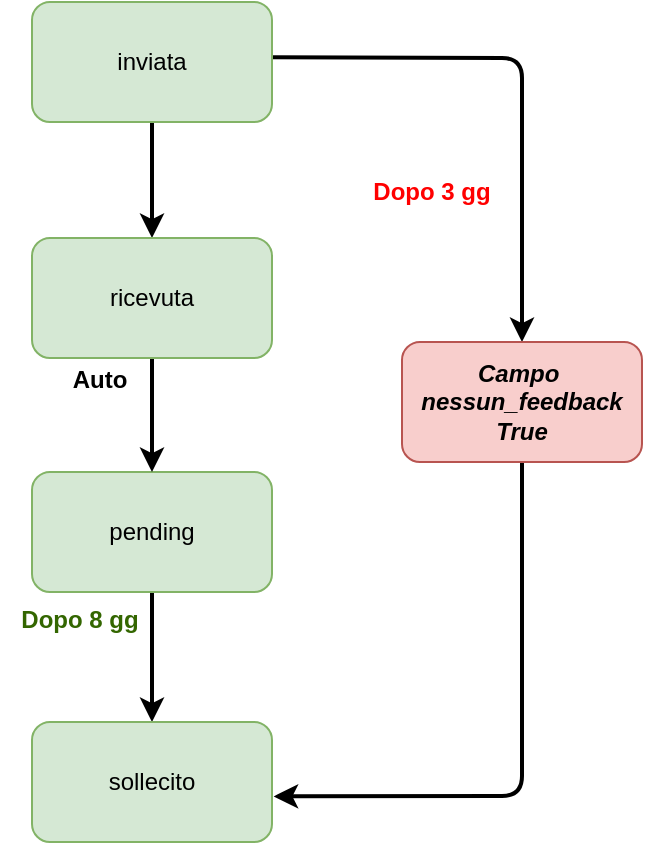
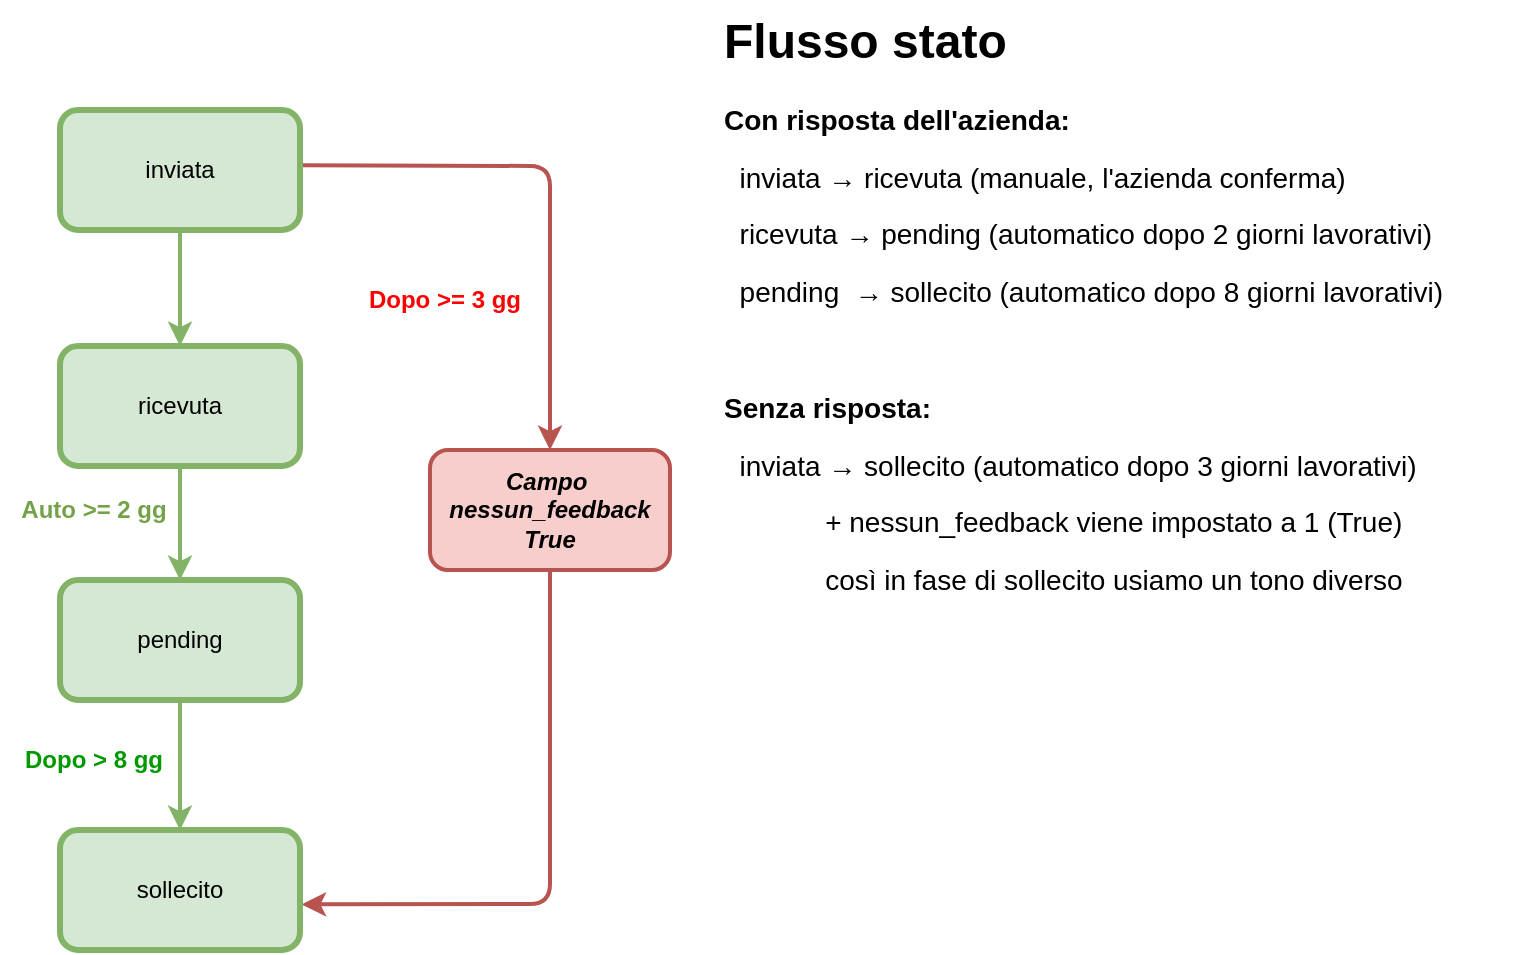
<mxfile host="65bd71144e">
    <diagram id="EIDfZSEo8bMUYzY8iJF5" name="Page-1">
-         <mxGraphModel dx="1002" dy="563" grid="1" gridSize="10" guides="1" tooltips="1" connect="1" arrows="1" fold="1" page="1" pageScale="1" pageWidth="850" pageHeight="1100" math="0" shadow="0">
+         <mxGraphModel dx="1670" dy="563" grid="1" gridSize="10" guides="1" tooltips="1" connect="1" arrows="1" fold="1" page="1" pageScale="1" pageWidth="850" pageHeight="1100" math="0" shadow="0">
            <root>
                <mxCell id="0"/>
                <mxCell id="1" parent="0"/>
-                 <mxCell id="21" value="" style="edgeStyle=none;html=1;strokeWidth=2;" edge="1" parent="1" source="2" target="3">
+                 <mxCell id="21" value="" style="edgeStyle=none;html=1;strokeWidth=2;fillColor=#d5e8d4;strokeColor=#82b366;" parent="1" source="2" target="3" edge="1">
                    <mxGeometry relative="1" as="geometry"/>
                </mxCell>
-                 <mxCell id="25" value="" style="edgeStyle=none;html=1;entryX=0.5;entryY=0;entryDx=0;entryDy=0;strokeWidth=2;" edge="1" parent="1" target="4">
+                 <mxCell id="25" value="" style="edgeStyle=none;html=1;entryX=0.5;entryY=0;entryDx=0;entryDy=0;strokeWidth=2;fillColor=#f8cecc;strokeColor=#b85450;" parent="1" target="4" edge="1">
                    <mxGeometry relative="1" as="geometry">
-                         <mxPoint x="390" y="77.6" as="sourcePoint"/>
-                         <mxPoint x="505.6400000000001" y="169.99999999999997" as="targetPoint"/>
+                         <mxPoint x="-680" y="97.6" as="sourcePoint"/>
+                         <mxPoint x="-564.3599999999999" y="189.99999999999997" as="targetPoint"/>
                        <Array as="points">
-                             <mxPoint x="515" y="78"/>
+                             <mxPoint x="-555" y="98"/>
                        </Array>
                    </mxGeometry>
                </mxCell>
-                 <mxCell id="2" value="inviata" style="rounded=1;whiteSpace=wrap;html=1;fillColor=#d5e8d4;strokeColor=#82b366;" vertex="1" parent="1">
-                     <mxGeometry x="270" y="50" width="120" height="60" as="geometry"/>
+                 <mxCell id="2" value="inviata" style="rounded=1;whiteSpace=wrap;html=1;fillColor=#d5e8d4;strokeColor=#82b366;strokeWidth=3;" parent="1" vertex="1">
+                     <mxGeometry x="-800" y="70" width="120" height="60" as="geometry"/>
                </mxCell>
-                 <mxCell id="23" style="edgeStyle=none;html=1;entryX=1.007;entryY=0.62;entryDx=0;entryDy=0;exitX=0.5;exitY=1;exitDx=0;exitDy=0;strokeWidth=2;entryPerimeter=0;" edge="1" parent="1" source="4" target="6">
+                 <mxCell id="23" style="edgeStyle=none;html=1;entryX=1.007;entryY=0.62;entryDx=0;entryDy=0;exitX=0.5;exitY=1;exitDx=0;exitDy=0;strokeWidth=2;entryPerimeter=0;fillColor=#f8cecc;strokeColor=#b85450;" parent="1" source="4" target="6" edge="1">
                    <mxGeometry relative="1" as="geometry">
                        <Array as="points">
-                             <mxPoint x="515" y="310"/>
-                             <mxPoint x="515" y="447"/>
+                             <mxPoint x="-555" y="330"/>
+                             <mxPoint x="-555" y="467"/>
                        </Array>
                    </mxGeometry>
                </mxCell>
-                 <mxCell id="4" value="&lt;i&gt;&lt;b&gt;Campo&amp;nbsp;&lt;/b&gt;&lt;/i&gt;&lt;div&gt;&lt;i&gt;&lt;b&gt;nessun_feedback&lt;/b&gt;&lt;/i&gt;&lt;/div&gt;&lt;div&gt;&lt;b&gt;&lt;i&gt;True&lt;/i&gt;&lt;/b&gt;&lt;/div&gt;" style="rounded=1;whiteSpace=wrap;html=1;fillColor=#f8cecc;strokeColor=#b85450;" vertex="1" parent="1">
-                     <mxGeometry x="455" y="220" width="120" height="60" as="geometry"/>
+                 <mxCell id="4" value="&lt;i&gt;&lt;b&gt;Campo&amp;nbsp;&lt;/b&gt;&lt;/i&gt;&lt;div&gt;&lt;i&gt;&lt;b&gt;nessun_feedback&lt;/b&gt;&lt;/i&gt;&lt;/div&gt;&lt;div&gt;&lt;b&gt;&lt;i&gt;True&lt;/i&gt;&lt;/b&gt;&lt;/div&gt;" style="rounded=1;whiteSpace=wrap;html=1;fillColor=#f8cecc;strokeColor=#b85450;strokeWidth=2;" parent="1" vertex="1">
+                     <mxGeometry x="-615" y="240" width="120" height="60" as="geometry"/>
                </mxCell>
-                 <mxCell id="14" style="edgeStyle=none;html=1;entryX=0.5;entryY=0;entryDx=0;entryDy=0;strokeWidth=2;" edge="1" parent="1" source="5" target="6">
+                 <mxCell id="14" style="edgeStyle=none;html=1;entryX=0.5;entryY=0;entryDx=0;entryDy=0;strokeWidth=2;fillColor=#d5e8d4;strokeColor=#82b366;" parent="1" source="5" target="6" edge="1">
                    <mxGeometry relative="1" as="geometry"/>
                </mxCell>
-                 <mxCell id="5" value="pending" style="rounded=1;whiteSpace=wrap;html=1;fillColor=#d5e8d4;strokeColor=#82b366;" vertex="1" parent="1">
-                     <mxGeometry x="270" y="285" width="120" height="60" as="geometry"/>
+                 <mxCell id="5" value="pending" style="rounded=1;whiteSpace=wrap;html=1;fillColor=#d5e8d4;strokeColor=#82b366;strokeWidth=3;" parent="1" vertex="1">
+                     <mxGeometry x="-800" y="305" width="120" height="60" as="geometry"/>
                </mxCell>
-                 <mxCell id="6" value="sollecito" style="rounded=1;whiteSpace=wrap;html=1;fillColor=#d5e8d4;strokeColor=#82b366;" vertex="1" parent="1">
-                     <mxGeometry x="270" y="410" width="120" height="60" as="geometry"/>
+                 <mxCell id="6" value="sollecito" style="rounded=1;whiteSpace=wrap;html=1;fillColor=#d5e8d4;strokeColor=#82b366;strokeWidth=3;" parent="1" vertex="1">
+                     <mxGeometry x="-800" y="430" width="120" height="60" as="geometry"/>
                </mxCell>
-                 <mxCell id="19" value="&lt;b&gt;&lt;font style=&quot;color: rgb(255, 0, 0);&quot;&gt;Dopo 3 gg&lt;/font&gt;&lt;/b&gt;" style="text;html=1;align=center;verticalAlign=middle;whiteSpace=wrap;rounded=0;" vertex="1" parent="1">
-                     <mxGeometry x="425" y="130" width="90" height="30" as="geometry"/>
+                 <mxCell id="19" value="&lt;b&gt;&lt;font style=&quot;color: rgb(255, 0, 0);&quot;&gt;Dopo &amp;gt;= 3 gg&lt;/font&gt;&lt;/b&gt;" style="text;html=1;align=center;verticalAlign=middle;whiteSpace=wrap;rounded=0;" parent="1" vertex="1">
+                     <mxGeometry x="-660" y="150" width="105" height="30" as="geometry"/>
                </mxCell>
-                 <mxCell id="26" style="edgeStyle=none;html=1;exitX=0.5;exitY=1;exitDx=0;exitDy=0;strokeWidth=2;entryX=0.5;entryY=0;entryDx=0;entryDy=0;" edge="1" parent="1" source="3" target="5">
+                 <mxCell id="26" style="edgeStyle=none;html=1;exitX=0.5;exitY=1;exitDx=0;exitDy=0;strokeWidth=2;entryX=0.5;entryY=0;entryDx=0;entryDy=0;fillColor=#d5e8d4;strokeColor=#82b366;" parent="1" source="3" target="5" edge="1">
                    <mxGeometry relative="1" as="geometry">
-                         <mxPoint x="330" y="320" as="targetPoint"/>
+                         <mxPoint x="-740" y="340" as="targetPoint"/>
                        <Array as="points"/>
                    </mxGeometry>
                </mxCell>
-                 <mxCell id="3" value="ricevuta" style="rounded=1;whiteSpace=wrap;html=1;fillColor=#d5e8d4;strokeColor=#82b366;" vertex="1" parent="1">
-                     <mxGeometry x="270" y="168" width="120" height="60" as="geometry"/>
+                 <mxCell id="3" value="ricevuta" style="rounded=1;whiteSpace=wrap;html=1;fillColor=#d5e8d4;strokeColor=#82b366;strokeWidth=3;" parent="1" vertex="1">
+                     <mxGeometry x="-800" y="188" width="120" height="60" as="geometry"/>
                </mxCell>
-                 <mxCell id="31" value="&lt;font style=&quot;color: rgb(51, 102, 0);&quot;&gt;&lt;b style=&quot;&quot;&gt;Dopo 8 gg&lt;/b&gt;&lt;/font&gt;" style="text;html=1;align=center;verticalAlign=middle;whiteSpace=wrap;rounded=0;" vertex="1" parent="1">
-                     <mxGeometry x="254" y="344" width="80" height="30" as="geometry"/>
+                 <mxCell id="31" value="&lt;font style=&quot;color: rgb(0, 153, 0);&quot;&gt;&lt;b&gt;Dopo &amp;gt; 8 gg&lt;/b&gt;&lt;/font&gt;" style="text;html=1;align=center;verticalAlign=middle;whiteSpace=wrap;rounded=0;fontColor=#009900;" parent="1" vertex="1">
+                     <mxGeometry x="-823" y="380" width="80" height="30" as="geometry"/>
                </mxCell>
-                 <mxCell id="37" value="&lt;b&gt;Auto&lt;/b&gt;" style="text;html=1;align=center;verticalAlign=middle;whiteSpace=wrap;rounded=0;" vertex="1" parent="1">
-                     <mxGeometry x="274" y="224" width="60" height="30" as="geometry"/>
+                 <mxCell id="37" value="&lt;b&gt;Auto &amp;gt;= 2 gg&lt;/b&gt;" style="text;html=1;align=center;verticalAlign=middle;whiteSpace=wrap;rounded=0;fontStyle=0;fontColor=light-dark(#75a249, #88b45c);labelBackgroundColor=none;labelBorderColor=none;horizontal=1;" parent="1" vertex="1">
+                     <mxGeometry x="-830" y="252" width="94" height="36" as="geometry"/>
+                 </mxCell>
+                 <mxCell id="38" value="&lt;h1 style=&quot;margin-top: 0px;&quot;&gt;Flusso stato&lt;/h1&gt;&lt;p&gt;&lt;font style=&quot;font-size: 14px;&quot;&gt;&lt;b&gt;Con risposta dell&#39;azienda:&lt;/b&gt;&lt;/font&gt;&lt;/p&gt;&lt;p&gt;&lt;font style=&quot;font-size: 14px;&quot;&gt;&amp;nbsp; inviata → ricevuta (manuale, l&#39;azienda conferma)&lt;/font&gt;&lt;/p&gt;&lt;p&gt;&lt;font style=&quot;font-size: 14px;&quot;&gt;&amp;nbsp; ricevuta → pending (automatico dopo 2 giorni lavorativi)&lt;/font&gt;&lt;/p&gt;&lt;p&gt;&lt;font style=&quot;font-size: 14px;&quot;&gt;&amp;nbsp; pending&amp;nbsp; → sollecito (automatico dopo 8 giorni lavorativi)&lt;/font&gt;&lt;/p&gt;&lt;p&gt;&lt;font style=&quot;font-size: 14px;&quot;&gt;&lt;br&gt;&lt;/font&gt;&lt;/p&gt;&lt;p&gt;&lt;font style=&quot;font-size: 14px;&quot;&gt;&lt;b&gt;Senza risposta:&lt;/b&gt;&lt;/font&gt;&lt;/p&gt;&lt;p&gt;&lt;font style=&quot;font-size: 14px;&quot;&gt;&amp;nbsp; inviata → sollecito (automatico dopo 3 giorni lavorativi)&lt;/font&gt;&lt;/p&gt;&lt;p&gt;&lt;font style=&quot;font-size: 14px;&quot;&gt;&amp;nbsp; &amp;nbsp; &amp;nbsp; &amp;nbsp; &amp;nbsp; &amp;nbsp; &amp;nbsp;+ nessun_feedback viene impostato a 1 (True)&lt;/font&gt;&lt;/p&gt;&lt;p&gt;&lt;font style=&quot;font-size: 14px;&quot;&gt;&amp;nbsp; &amp;nbsp; &amp;nbsp; &amp;nbsp; &amp;nbsp; &amp;nbsp; &amp;nbsp;così in fase di sollecito usiamo un tono diverso&lt;/font&gt;&lt;/p&gt;&lt;p&gt;&lt;font style=&quot;font-size: 14px;&quot;&gt;&amp;nbsp; &amp;nbsp; &amp;nbsp; &amp;nbsp; &amp;nbsp; &amp;nbsp; &amp;nbsp;perché non abbiamo certezza che il CV sia arrivato&lt;/font&gt;&lt;/p&gt;" style="text;html=1;whiteSpace=wrap;overflow=hidden;rounded=0;" vertex="1" parent="1">
+                     <mxGeometry x="-470" y="15" width="400" height="300" as="geometry"/>
                </mxCell>
            </root>
        </mxGraphModel>
    </diagram>
</mxfile>